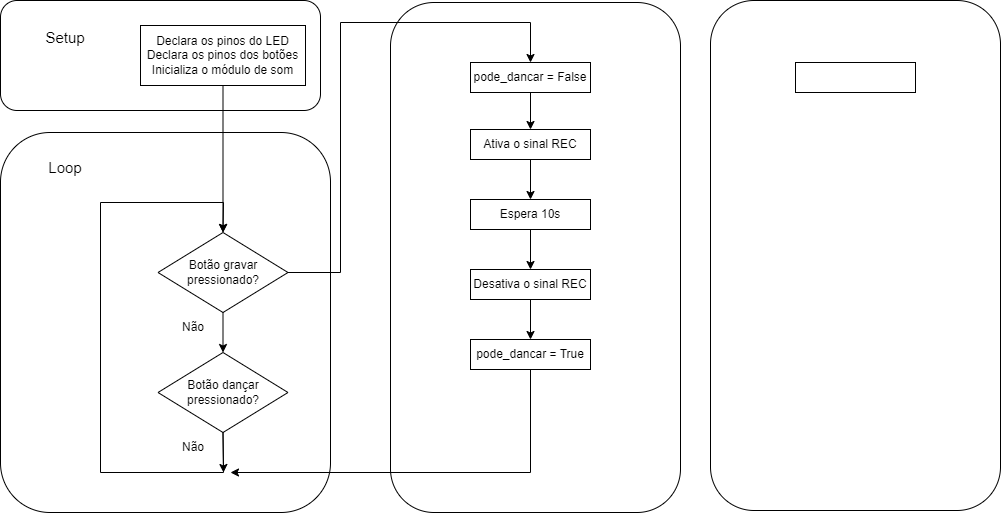
Above: projetos/cacto_dancante/images/especificacao_software.png in vm-bertini/ea075-2023.1 (draw.io), before the change. Source tidied: cells renumbered, new cells last; positions are measured from the earlier drawing's top-left corner, leaving out a move shared by most shapes.
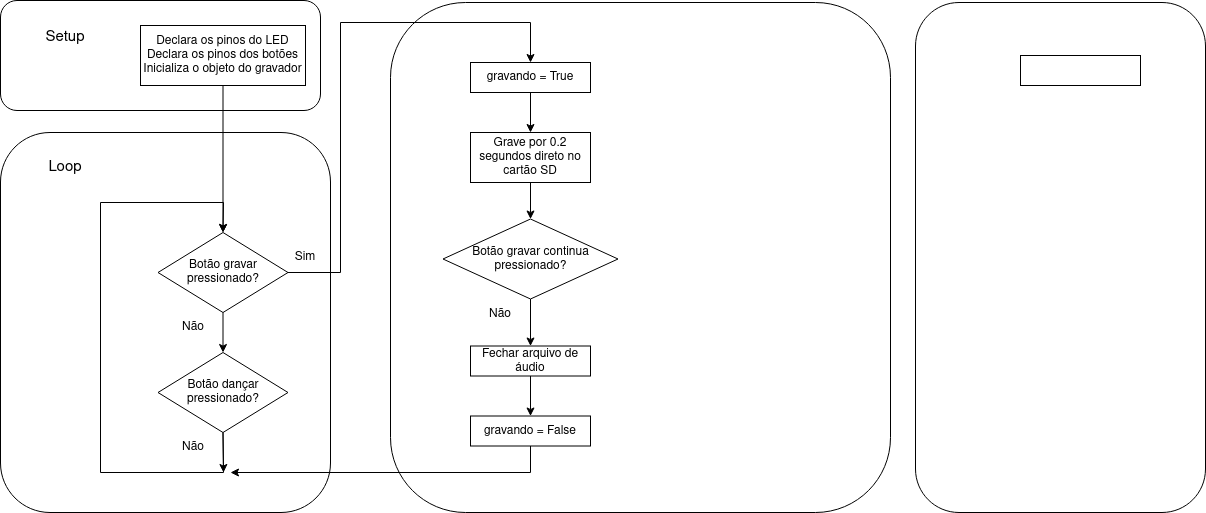
After the change.

The edit, as a diff of the source:
```diff
@@ -23,7 +23,7 @@
     <mxCell id="8" value="&lt;font style=&quot;font-size: 15px;&quot;&gt;Setup&lt;/font&gt;" style="text;html=1;strokeColor=none;fillColor=none;align=center;verticalAlign=middle;whiteSpace=wrap;rounded=0;" parent="1" vertex="1">
       <mxGeometry x="35" y="22" width="60" height="30" as="geometry" />
     </mxCell>
-    <mxCell id="9" value="Declara os pinos do LED&lt;br&gt;Declara os pinos dos botões&lt;br&gt;Inicializa o módulo de som&lt;br&gt;" style="rounded=0;whiteSpace=wrap;html=1;" parent="1" vertex="1">
+    <mxCell id="9" value="Declara os pinos do LED&lt;br&gt;Declara os pinos dos botões&lt;br&gt;Inicializa o objeto do gravador" style="rounded=0;whiteSpace=wrap;html=1;" parent="1" vertex="1">
       <mxGeometry x="140" y="25" width="165" height="60" as="geometry" />
     </mxCell>
     <mxCell id="10" style="endArrow=classic;html=1;rounded=0;exitX=0.5;exitY=1;exitDx=0;exitDy=0;entryX=0.5;entryY=0;entryDx=0;entryDy=0;" parent="1" edge="1" source="5" target="4">
@@ -51,9 +51,9 @@
       <mxGeometry x="163" y="432" width="60" height="30" as="geometry" />
     </mxCell>
     <mxCell id="15" style="rounded=1;whiteSpace=wrap;html=1;" parent="1" vertex="1">
-      <mxGeometry x="390" y="2" width="290" height="510" as="geometry" />
+      <mxGeometry x="390" y="2" width="500" height="510" as="geometry" />
     </mxCell>
-    <mxCell id="16" value="pode_dancar = False" style="rounded=0;whiteSpace=wrap;html=1;" parent="1" vertex="1">
+    <mxCell id="16" value="gravando = True" style="rounded=0;whiteSpace=wrap;html=1;" parent="1" vertex="1">
       <mxGeometry x="470" y="62" width="120" height="30" as="geometry" />
     </mxCell>
     <mxCell id="17" style="endArrow=classic;html=1;rounded=0;exitX=1;exitY=0.5;exitDx=0;exitDy=0;entryX=0.5;entryY=0;entryDx=0;entryDy=0;" parent="1" edge="1" source="4" target="16">
@@ -65,26 +65,14 @@
         </Array>
       </mxGeometry>
     </mxCell>
-    <mxCell id="18" value="Desativa o sinal REC" style="rounded=0;whiteSpace=wrap;html=1;" parent="1" vertex="1">
-      <mxGeometry x="470" y="269" width="120" height="30" as="geometry" />
+    <mxCell id="18" value="Fechar arquivo de áudio" style="rounded=0;whiteSpace=wrap;html=1;" parent="1" vertex="1">
+      <mxGeometry x="470" y="345.5" width="120" height="30" as="geometry" />
     </mxCell>
-    <mxCell id="19" value="Espera 10s" style="rounded=0;whiteSpace=wrap;html=1;" parent="1" vertex="1">
-      <mxGeometry x="470" y="199" width="120" height="30" as="geometry" />
-    </mxCell>
-    <mxCell id="20" value="Ativa o sinal REC" style="rounded=0;whiteSpace=wrap;html=1;" parent="1" vertex="1">
-      <mxGeometry x="470" y="129" width="120" height="30" as="geometry" />
-    </mxCell>
-    <mxCell id="21" style="endArrow=classic;html=1;rounded=0;exitX=0.5;exitY=1;exitDx=0;exitDy=0;entryX=0.5;entryY=0;entryDx=0;entryDy=0;" parent="1" edge="1" source="16" target="20">
+    <mxCell id="21" style="endArrow=classic;html=1;rounded=0;exitX=0.5;exitY=1;exitDx=0;exitDy=0;entryX=0.5;entryY=0;entryDx=0;entryDy=0;" parent="1" edge="1" source="33" target="29">
       <mxGeometry relative="1" as="geometry" />
     </mxCell>
-    <mxCell id="22" style="endArrow=classic;html=1;rounded=0;exitX=0.5;exitY=1;exitDx=0;exitDy=0;entryX=0.5;entryY=0;entryDx=0;entryDy=0;" parent="1" edge="1" source="20" target="19">
-      <mxGeometry relative="1" as="geometry" />
-    </mxCell>
-    <mxCell id="23" style="endArrow=classic;html=1;rounded=0;exitX=0.5;exitY=1;exitDx=0;exitDy=0;entryX=0.5;entryY=0;entryDx=0;entryDy=0;" parent="1" edge="1" source="19" target="18">
-      <mxGeometry relative="1" as="geometry" />
-    </mxCell>
-    <mxCell id="24" value="pode_dancar = True" style="rounded=0;whiteSpace=wrap;html=1;" parent="1" vertex="1">
-      <mxGeometry x="470" y="339" width="120" height="30" as="geometry" />
+    <mxCell id="24" value="gravando = False" style="rounded=0;whiteSpace=wrap;html=1;" parent="1" vertex="1">
+      <mxGeometry x="470" y="415.5" width="120" height="30" as="geometry" />
     </mxCell>
     <mxCell id="25" style="endArrow=classic;html=1;rounded=0;exitX=0.5;exitY=1;exitDx=0;exitDy=0;entryX=0.5;entryY=0;entryDx=0;entryDy=0;" parent="1" edge="1" source="18" target="24">
       <mxGeometry relative="1" as="geometry" />
@@ -98,10 +86,28 @@
       </mxGeometry>
     </mxCell>
     <mxCell id="27" style="rounded=1;whiteSpace=wrap;html=1;" parent="1" vertex="1">
-      <mxGeometry x="710" width="290" height="510" as="geometry" />
+      <mxGeometry x="915" y="2" width="290" height="510" as="geometry" />
     </mxCell>
     <mxCell id="28" style="rounded=0;whiteSpace=wrap;html=1;" parent="1" vertex="1">
-      <mxGeometry x="795" y="62" width="120" height="30" as="geometry" />
+      <mxGeometry x="1020" y="55" width="120" height="30" as="geometry" />
     </mxCell>
+    <mxCell id="29" value="Botão gravar continua pressionado?" style="rhombus;whiteSpace=wrap;html=1;" parent="1" vertex="1">
+      <mxGeometry x="442.5" y="218.5" width="175" height="80" as="geometry" />
+    </mxCell>
+    <mxCell id="30" style="endArrow=classic;html=1;rounded=0;exitX=0.5;exitY=1;exitDx=0;exitDy=0;entryX=0.5;entryY=0;entryDx=0;entryDy=0;" parent="1" edge="1" source="29" target="18">
+      <mxGeometry relative="1" as="geometry" />
+    </mxCell>
+    <mxCell id="31" value="Sim" style="text;html=1;strokeColor=none;fillColor=none;align=center;verticalAlign=middle;whiteSpace=wrap;rounded=0;" parent="1" vertex="1">
+      <mxGeometry x="275" y="242" width="60" height="30" as="geometry" />
+    </mxCell>
+    <mxCell id="32" value="Não" style="text;html=1;strokeColor=none;fillColor=none;align=center;verticalAlign=middle;whiteSpace=wrap;rounded=0;" parent="1" vertex="1">
+      <mxGeometry x="470" y="298.5" width="60" height="30" as="geometry" />
+    </mxCell>
+    <mxCell id="33" value="Grave por 0.2 segundos direto no cartão SD" style="rounded=0;whiteSpace=wrap;html=1;" parent="1" vertex="1">
+      <mxGeometry x="470" y="132" width="120" height="50" as="geometry" />
+    </mxCell>
+    <mxCell id="34" style="endArrow=classic;html=1;rounded=0;exitX=0.5;exitY=1;exitDx=0;exitDy=0;entryX=0.5;entryY=0;entryDx=0;entryDy=0;" parent="1" edge="1" source="16" target="33">
+      <mxGeometry relative="1" as="geometry" />
+    </mxCell>
   </root>
 </mxGraphModel>
```
